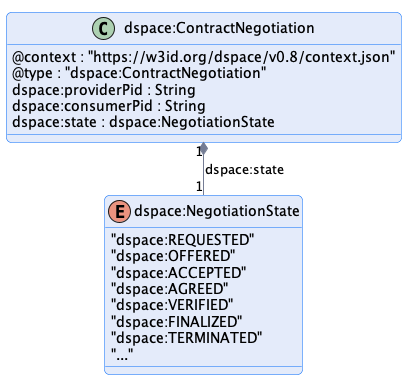
International-Data-Spaces-Association/ids-specification keeps this PlantUML diagram as negotiation/message/diagram/contract-negotiation.png. Above is the earlier version.
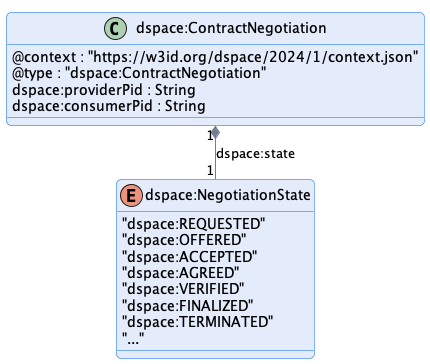
Later version of the same file.

Diff of the diagram source:
```diff
@@ -7,11 +7,10 @@
 
 
 class "dspace:ContractNegotiation" {
-    @context : "https://w3id.org/dspace/v0.8/context.json"
+    @context : "https://w3id.org/dspace/2024/1/context.json"
     @type : "dspace:ContractNegotiation"
     dspace:providerPid : String
     dspace:consumerPid : String
-    dspace:state : dspace:NegotiationState
 }
 
 enum dspace:NegotiationState {
```
